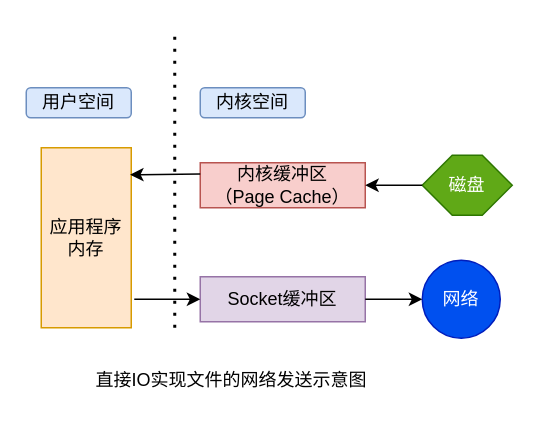
Above: sourceFiles/直接IO实现文件的网络发送.drawio in 1152545264/DrawioPaint (draw.io), before the change. Source tidied: cells renumbered, new cells numbered last; positions are measured from the earlier drawing's top-left corner, leaving out a move shared by most shapes. Both pictures are drawn from the tidied source at 150%, with x=0, y=0 at pixel (26, 27).
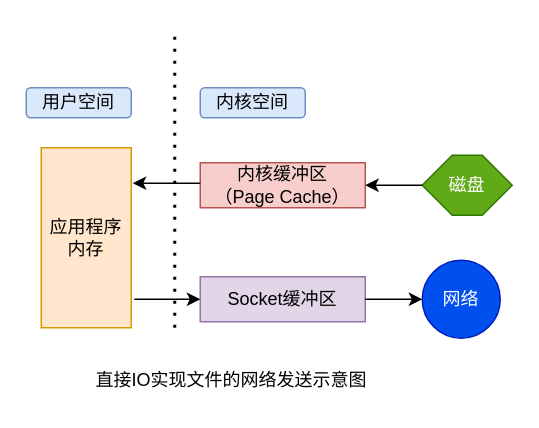
Above is the later version.

Commit message (it also covers changes not shown here):
更新直接IO实现文件的网络发送.drawio

Change to the diagram source:
```diff
@@
 <mxGraphModel>
   <root>
     <mxCell id="0" />
     <mxCell id="1" parent="0" />
     <mxCell id="2" value="用户空间" style="rounded=1;whiteSpace=wrap;html=1;fillColor=#dae8fc;strokeColor=#6c8ebf;" parent="1" vertex="1">
       <mxGeometry y="40" width="70" height="20" as="geometry" />
     </mxCell>
     <mxCell id="3" value="内核空间" style="rounded=1;whiteSpace=wrap;html=1;fillColor=#dae8fc;strokeColor=#6c8ebf;" parent="1" vertex="1">
       <mxGeometry x="116" y="40" width="70" height="20" as="geometry" />
     </mxCell>
     <mxCell id="4" style="endArrow=none;dashed=1;html=1;dashPattern=1 3;strokeWidth=2;rounded=0;" parent="1" edge="1">
       <mxGeometry relative="1" as="geometry">
         <mxPoint x="99" y="200" as="sourcePoint" />
         <mxPoint x="99" as="targetPoint" />
       </mxGeometry>
     </mxCell>
     <mxCell id="5" value="应用程序内存" style="rounded=0;whiteSpace=wrap;html=1;fillColor=#ffe6cc;strokeColor=#d79b00;" parent="1" vertex="1">
       <mxGeometry x="10" y="80" width="60" height="120" as="geometry" />
     </mxCell>
     <mxCell id="6" value="内核缓冲区&lt;br&gt;（Page Cache）" style="rounded=0;whiteSpace=wrap;html=1;fillColor=#f8cecc;strokeColor=#b85450;" parent="1" vertex="1">
       <mxGeometry x="116" y="90" width="110" height="30" as="geometry" />
     </mxCell>
     <mxCell id="7" value="Socket缓冲区" style="rounded=0;whiteSpace=wrap;html=1;fillColor=#e1d5e7;strokeColor=#9673a6;" parent="1" vertex="1">
       <mxGeometry x="116" y="166" width="110" height="30" as="geometry" />
     </mxCell>
-    <mxCell id="8" style="endArrow=classic;html=1;rounded=0;entryX=0.987;entryY=0.15;entryDx=0;entryDy=0;entryPerimeter=0;exitX=0;exitY=0.25;exitDx=0;exitDy=0;" parent="1" edge="1" source="6" target="5">
-      <mxGeometry relative="1" as="geometry" />
+    <mxCell id="8" style="endArrow=classic;html=1;rounded=0;entryX=1.017;entryY=0.197;entryDx=0;entryDy=0;exitX=0;exitY=0.5;exitDx=0;exitDy=0;entryPerimeter=0;" parent="1" edge="1" target="5">
+      <mxGeometry relative="1" as="geometry">
+        <mxPoint x="116" y="103.6" as="sourcePoint" />
+      </mxGeometry>
     </mxCell>
     <mxCell id="9" style="endArrow=classic;html=1;rounded=0;entryX=0;entryY=0.5;entryDx=0;entryDy=0;" parent="1" edge="1" target="7">
       <mxGeometry relative="1" as="geometry">
         <mxPoint x="72" y="181" as="sourcePoint" />
       </mxGeometry>
     </mxCell>
     <mxCell id="10" value="磁盘" style="shape=hexagon;perimeter=hexagonPerimeter2;whiteSpace=wrap;html=1;fixedSize=1;fillColor=#60a917;fontColor=#ffffff;strokeColor=#2D7600;" parent="1" vertex="1">
       <mxGeometry x="264" y="85" width="60" height="40" as="geometry" />
     </mxCell>
     <mxCell id="11" style="endArrow=classic;html=1;rounded=0;entryX=1;entryY=0.5;entryDx=0;entryDy=0;exitX=0;exitY=0.5;exitDx=0;exitDy=0;" parent="1" edge="1" source="10" target="6">
       <mxGeometry relative="1" as="geometry" />
     </mxCell>
     <mxCell id="12" value="网络" style="ellipse;whiteSpace=wrap;html=1;fillColor=#0050ef;fontColor=#ffffff;strokeColor=#001DBC;" parent="1" vertex="1">
       <mxGeometry x="264" y="155" width="52" height="52" as="geometry" />
     </mxCell>
     <mxCell id="13" style="endArrow=classic;html=1;rounded=0;entryX=0;entryY=0.5;entryDx=0;entryDy=0;exitX=1;exitY=0.5;exitDx=0;exitDy=0;" parent="1" edge="1" source="7" target="12">
       <mxGeometry relative="1" as="geometry" />
     </mxCell>
     <mxCell id="14" value="直接IO实现文件的网络发送示意图" style="text;strokeColor=none;align=center;fillColor=none;html=1;verticalAlign=middle;whiteSpace=wrap;rounded=0;" parent="1" vertex="1">
       <mxGeometry x="32" y="220" width="210" height="30" as="geometry" />
     </mxCell>
   </root>
 </mxGraphModel>
```
